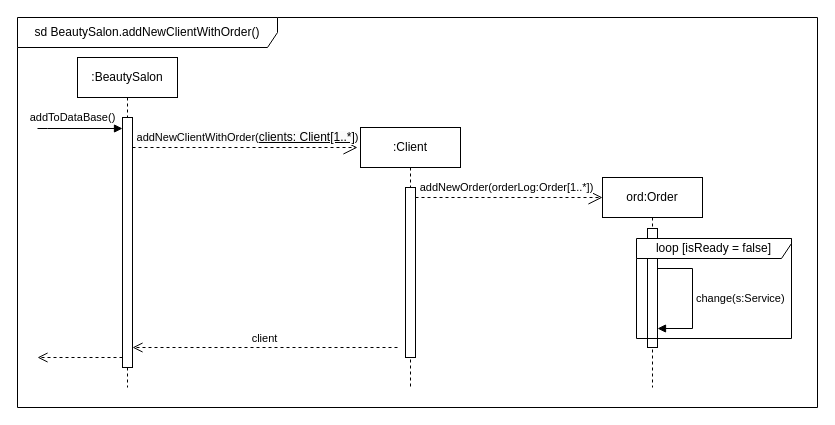
Artvell3000/umlLab2 keeps this draw.io diagram as ДиаграммаПоследовательностей.drawio. Above is the earlier version. Source tidied: cells renumbered, new cells numbered last; positions are measured from the earlier drawing's top-left corner, leaving out a move shared by most shapes. Both pictures are drawn from the tidied source at 100%, with x=0, y=0 at pixel (17, 17).
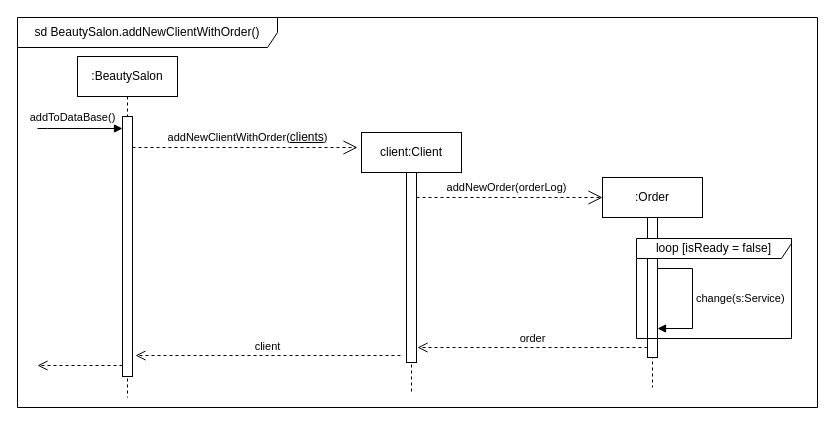
Above is the later version.

The edit, as a diff of the source:
```diff
@@
     <mxCell id="3" value=":BeautySalon" style="shape=umlLifeline;perimeter=lifelinePerimeter;whiteSpace=wrap;html=1;newEdgeStyle={&quot;curved&quot;:0,&quot;rounded&quot;:0};" parent="1" vertex="1">
-      <mxGeometry x="60" y="40" width="100" height="330" as="geometry" />
+      <mxGeometry x="60" y="39" width="100" height="341" as="geometry" />
     </mxCell>
     <mxCell id="4" style="html=1;points=[[0,0,0,0,5],[0,1,0,0,-5],[1,0,0,0,5],[1,1,0,0,-5]];perimeter=orthogonalPerimeter;outlineConnect=0;targetShapes=umlLifeline;portConstraint=eastwest;newEdgeStyle={&quot;curved&quot;:0,&quot;rounded&quot;:0};" parent="3" vertex="1">
-      <mxGeometry x="45" y="60" width="10" height="250" as="geometry" />
+      <mxGeometry x="45" y="60" width="10" height="260" as="geometry" />
     </mxCell>
-    <mxCell id="5" value="ord:Order" style="shape=umlLifeline;perimeter=lifelinePerimeter;whiteSpace=wrap;html=1;newEdgeStyle={&quot;curved&quot;:0,&quot;rounded&quot;:0};" parent="1" vertex="1">
+    <mxCell id="5" value=":Order" style="shape=umlLifeline;perimeter=lifelinePerimeter;whiteSpace=wrap;html=1;newEdgeStyle={&quot;curved&quot;:0,&quot;rounded&quot;:0};" parent="1" vertex="1">
       <mxGeometry x="585" y="160" width="100" height="210" as="geometry" />
     </mxCell>
     <mxCell id="6" style="html=1;perimeter=orthogonalPerimeter;targetShapes=umlLifeline;newEdgeStyle={&quot;curved&quot;:0,&quot;rounded&quot;:0};" parent="5" vertex="1">
-      <mxGeometry x="45" y="51" width="10" height="119" as="geometry" />
+      <mxGeometry x="45" y="40" width="10" height="140" as="geometry" />
     </mxCell>
@@
-    <mxCell id="8" value=":Client" style="shape=umlLifeline;perimeter=lifelinePerimeter;whiteSpace=wrap;html=1;newEdgeStyle={&quot;curved&quot;:0,&quot;rounded&quot;:0};" parent="1" vertex="1">
-      <mxGeometry x="343" y="110" width="100" height="260" as="geometry" />
+    <mxCell id="8" value="client:Client" style="shape=umlLifeline;perimeter=lifelinePerimeter;whiteSpace=wrap;html=1;newEdgeStyle={&quot;curved&quot;:0,&quot;rounded&quot;:0};" parent="1" vertex="1">
+      <mxGeometry x="344" y="115" width="100" height="260" as="geometry" />
     </mxCell>
     <mxCell id="9" style="html=1;points=[[0,0,0,0,5],[0,1,0,0,-5],[1,0,0,0,5],[1,1,0,0,-5]];perimeter=orthogonalPerimeter;outlineConnect=0;targetShapes=umlLifeline;portConstraint=eastwest;newEdgeStyle={&quot;curved&quot;:0,&quot;rounded&quot;:0};" parent="8" vertex="1">
-      <mxGeometry x="45" y="60" width="10" height="170" as="geometry" />
+      <mxGeometry x="45" y="40" width="10" height="190" as="geometry" />
     </mxCell>
@@
-    <mxCell id="11" value="addNewOrder(orderLog:Order[1..*])" style="endArrow=open;endSize=12;dashed=1;html=1;rounded=0;" parent="1" edge="1" source="9">
+    <mxCell id="11" value="addNewOrder(orderLog)" style="endArrow=open;endSize=12;dashed=1;html=1;rounded=0;" parent="1" edge="1" source="9">
       <mxGeometry x="-0.03" y="10" relative="1" as="geometry">
         <mxPoint x="585" y="180" as="targetPoint" />
       </mxGeometry>
     </mxCell>
-    <mxCell id="12" value="&lt;span style=&quot;border-color: var(--border-color); text-align: left; background-color: rgb(251, 251, 251);&quot;&gt;&lt;font style=&quot;font-size: 11px;&quot;&gt;addNewClientWithOrder(&lt;u style=&quot;border-color: var(--border-color); font-size: 12px;&quot;&gt;clients: Client[1..*]&lt;/u&gt;)&lt;/font&gt;&lt;/span&gt;" style="endArrow=open;endSize=12;dashed=1;html=1;rounded=0;" parent="1" edge="1" source="4">
+    <mxCell id="12" value="&lt;span style=&quot;border-color: var(--border-color); text-align: left; background-color: rgb(251, 251, 251);&quot;&gt;&lt;font style=&quot;font-size: 11px;&quot;&gt;addNewClientWithOrder(&lt;u style=&quot;border-color: var(--border-color); font-size: 12px;&quot;&gt;clients&lt;/u&gt;)&lt;/font&gt;&lt;/span&gt;" style="endArrow=open;endSize=12;dashed=1;html=1;rounded=0;" parent="1" edge="1" source="4">
       <mxGeometry x="0.02" y="10" relative="1" as="geometry">
         <mxPoint x="340" y="130" as="targetPoint" />
       </mxGeometry>
     </mxCell>
@@
     <mxCell id="14" style="html=1;verticalAlign=bottom;endArrow=open;dashed=1;endSize=8;curved=0;rounded=0;" parent="1" edge="1">
       <mxGeometry relative="1" as="geometry">
-        <mxPoint x="105" y="340" as="sourcePoint" />
-        <mxPoint x="20" y="340" as="targetPoint" />
+        <mxPoint x="105" y="348" as="sourcePoint" />
+        <mxPoint x="20" y="348" as="targetPoint" />
         <Array as="points">
-          <mxPoint x="60" y="340" />
+          <mxPoint x="60" y="348" />
         </Array>
       </mxGeometry>
     </mxCell>
-    <mxCell id="15" value="client" style="html=1;verticalAlign=bottom;endArrow=open;dashed=1;endSize=8;curved=0;rounded=0;" parent="1" edge="1" target="4">
+    <mxCell id="15" value="client" style="html=1;verticalAlign=bottom;endArrow=open;dashed=1;endSize=8;curved=0;rounded=0;" parent="1" edge="1">
       <mxGeometry relative="1" as="geometry">
-        <mxPoint x="380" y="330" as="sourcePoint" />
+        <mxPoint x="383" y="338" as="sourcePoint" />
+        <mxPoint x="118" y="338" as="targetPoint" />
       </mxGeometry>
     </mxCell>
@@
+    <mxCell id="17" value="order" style="html=1;verticalAlign=bottom;endArrow=open;dashed=1;endSize=8;curved=0;rounded=0;" parent="1" edge="1">
+      <mxGeometry relative="1" as="geometry">
+        <mxPoint x="630" y="330" as="sourcePoint" />
+        <mxPoint x="400" y="330" as="targetPoint" />
+      </mxGeometry>
+    </mxCell>
```
